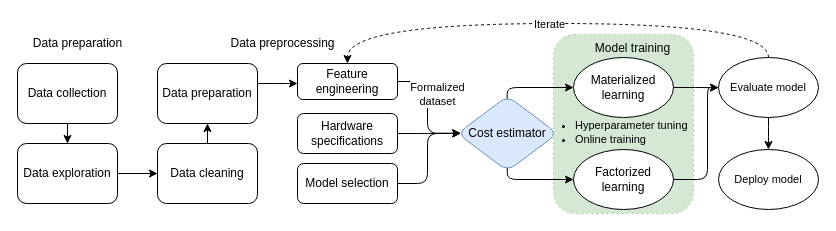
Earlier version of the draw.io diagram chapters/01_introduction/figures/ML-Pipeline.drawio (ptemarvelde/MSc-CS-Thesis---Pepijn-te-Marvelde). Source tidied: cells renumbered, new cells numbered last; positions are measured from the earlier drawing's top-left corner, leaving out a move shared by most shapes. Both pictures are drawn from the tidied source at 100%, with x=0, y=0 at pixel (17, 23).
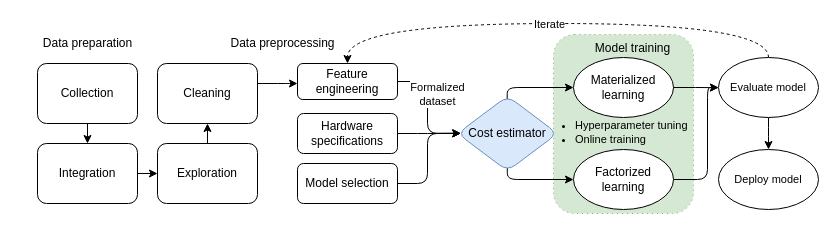
The same diagram, later.

Commit message (it also covers changes not shown here):
Add statistical architecture

Change to the diagram source:
```diff
@@
-    <mxCell id="4" value="Data collection" style="rounded=1;whiteSpace=wrap;html=1;" parent="1" vertex="1">
-      <mxGeometry y="40" width="100" height="60" as="geometry" />
+    <mxCell id="4" value="Collection" style="rounded=1;whiteSpace=wrap;html=1;" parent="1" vertex="1">
+      <mxGeometry x="20" y="40" width="100" height="60" as="geometry" />
     </mxCell>
@@
-    <mxCell id="6" value="Data exploration" style="rounded=1;whiteSpace=wrap;html=1;" parent="1" vertex="1">
-      <mxGeometry y="120" width="100" height="60" as="geometry" />
+    <mxCell id="6" value="Integration" style="rounded=1;whiteSpace=wrap;html=1;" parent="1" vertex="1">
+      <mxGeometry x="20" y="120" width="100" height="60" as="geometry" />
     </mxCell>
     <mxCell id="7" value="Data preparation" style="text;html=1;align=center;verticalAlign=middle;strokeColor=none;fillColor=none;rounded=1;" parent="1" vertex="1">
-      <mxGeometry x="5" y="5" width="110" height="30" as="geometry" />
+      <mxGeometry x="15" y="5" width="110" height="30" as="geometry" />
     </mxCell>
@@
-    <mxCell id="9" value="Data cleaning" style="whiteSpace=wrap;html=1;rounded=1;" parent="1" vertex="1">
+    <mxCell id="9" value="Exploration" style="whiteSpace=wrap;html=1;rounded=1;" parent="1" vertex="1">
       <mxGeometry x="140" y="120" width="100" height="60" as="geometry" />
     </mxCell>
@@
-    <mxCell id="11" value="Data preparation" style="whiteSpace=wrap;html=1;rounded=1;" parent="1" vertex="1">
+    <mxCell id="11" value="Cleaning" style="whiteSpace=wrap;html=1;rounded=1;" parent="1" vertex="1">
       <mxGeometry x="140" y="40" width="100" height="60" as="geometry" />
     </mxCell>
```
